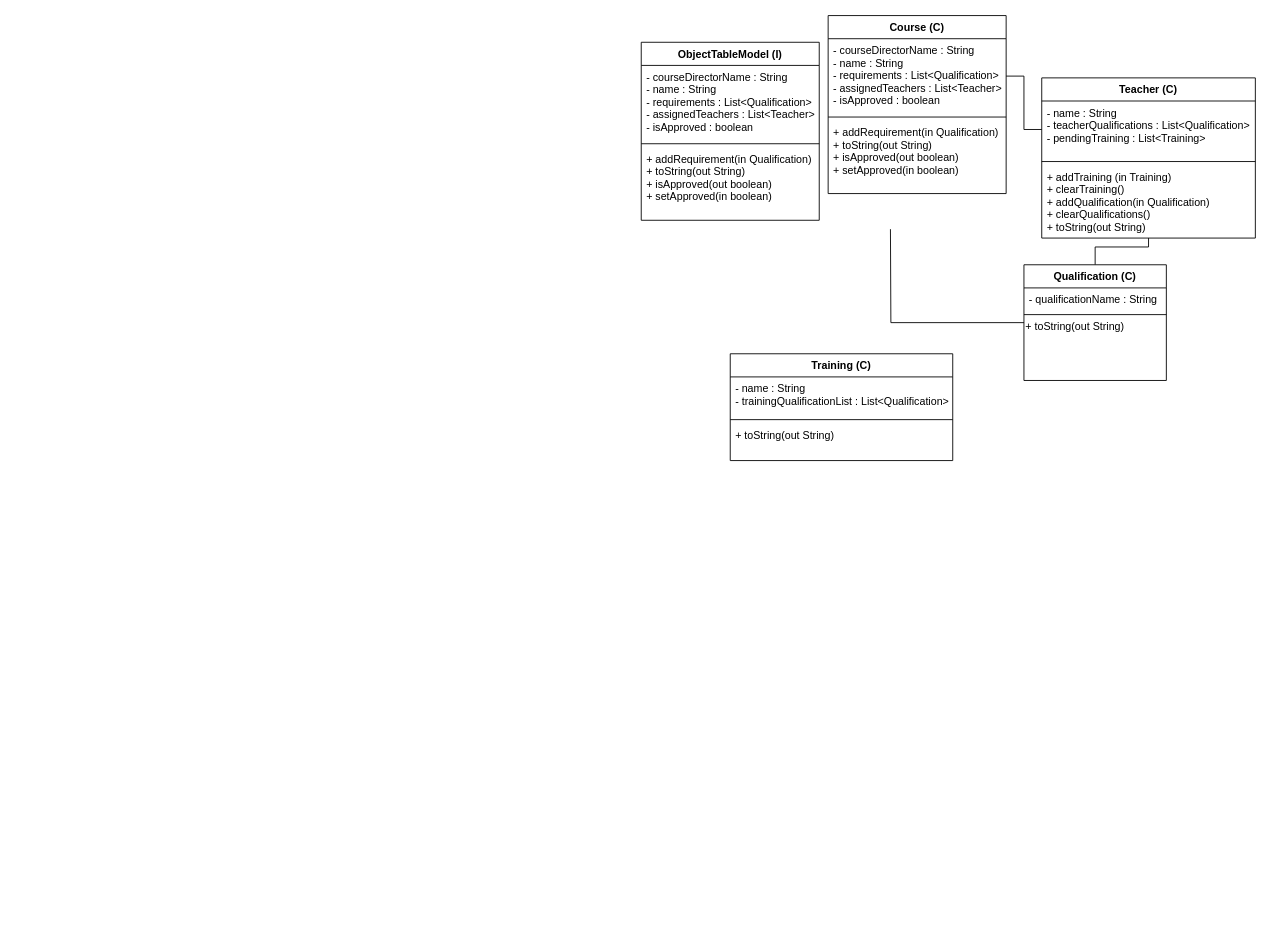
Above: documentation/CoreClassesUML.drawio in big-dill/se-group-project (draw.io), before the change. Source tidied: cells renumbered, new cells numbered last; positions are measured from the earlier drawing's top-left corner, leaving out a move shared by most shapes. Both pictures are drawn from the tidied source at 89%, with x=0, y=0 at pixel (641, 15).
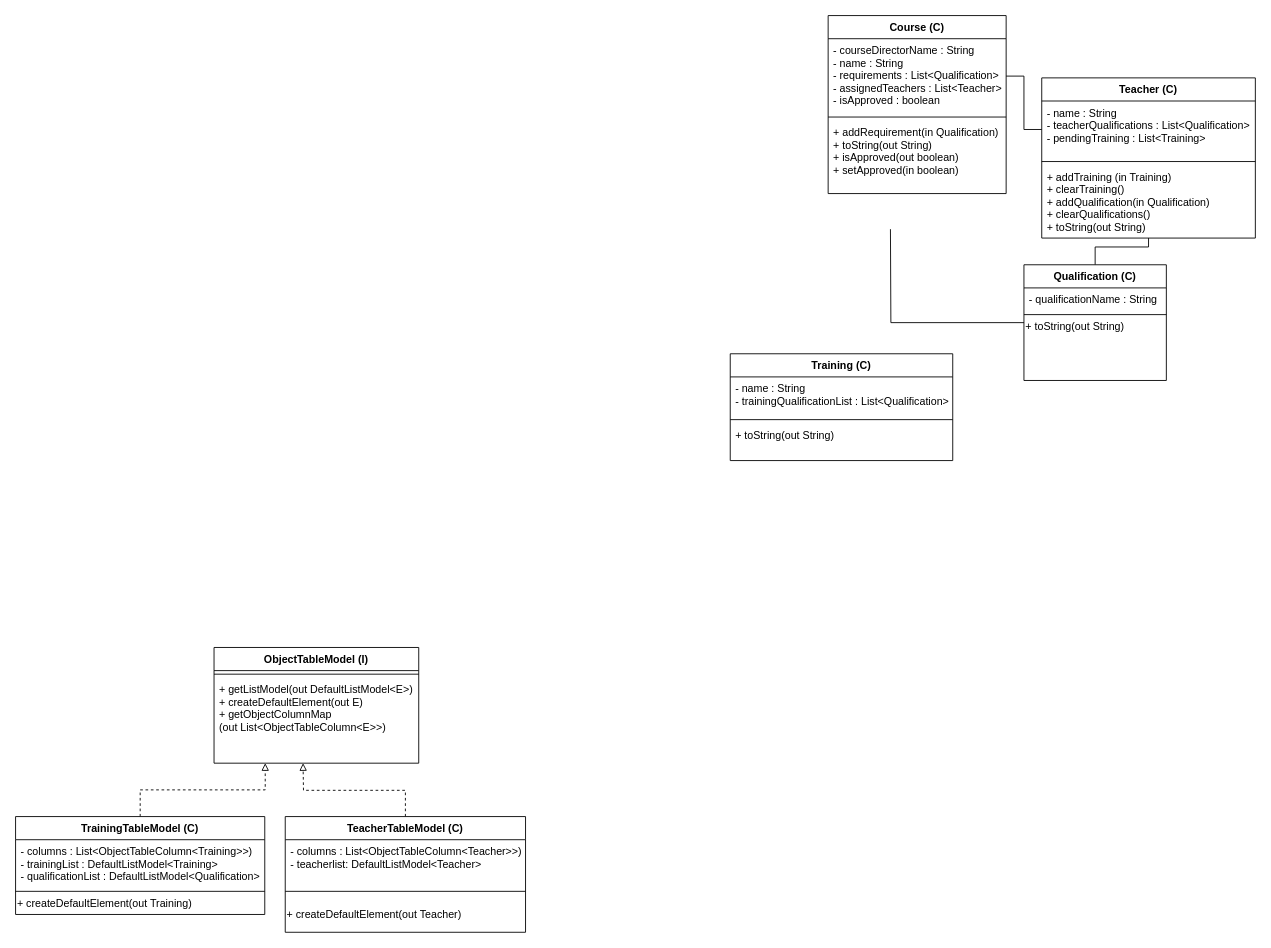
The same diagram, later.

Change to the diagram source:
```diff
@@
     <mxCell id="21" value="ObjectTableModel (I)" style="swimlane;fontStyle=1;align=center;verticalAlign=top;horizontal=1;startSize=26;rounded=0;shadow=0;strokeWidth=1;" parent="1" vertex="1">
-      <mxGeometry y="30" width="200" height="200" as="geometry" />
+      <mxGeometry x="-480" y="710" width="230" height="130" as="geometry" />
     </mxCell>
+    <mxCell id="23" style="line;html=1;strokeWidth=1;align=left;verticalAlign=middle;spacingTop=-1;spacingLeft=3;spacingRight=3;labelPosition=right;" parent="21" vertex="1">
+      <mxGeometry y="26" width="230" height="8" as="geometry" />
+    </mxCell>
-    <mxCell id="22" value="- courseDirectorName : String&#10;- name : String&#10;- requirements : List&lt;Qualification&gt;&#10;- assignedTeachers : List&lt;Teacher&gt;&#10;- isApproved : boolean&#10;" style="text;align=left;verticalAlign=top;spacingLeft=4;spacingRight=4;overflow=hidden;" parent="21" vertex="1">
-      <mxGeometry y="26" width="200" height="84" as="geometry" />
+    <mxCell id="22" value="+ getListModel(out DefaultListModel&lt;E&gt;)&#10;+ createDefaultElement(out E)&#10;+ getObjectColumnMap&#10;(out List&lt;ObjectTableColumn&lt;E&gt;&gt;)" style="text;align=left;verticalAlign=top;spacingLeft=4;spacingRight=4;overflow=hidden;" parent="21" vertex="1">
+      <mxGeometry y="34" width="230" height="84" as="geometry" />
     </mxCell>
-    <mxCell id="23" style="line;html=1;strokeWidth=1;align=left;verticalAlign=middle;spacingTop=-1;spacingLeft=3;spacingRight=3;labelPosition=right;" parent="21" vertex="1">
-      <mxGeometry y="110" width="200" height="8" as="geometry" />
-    </mxCell>
-    <mxCell id="24" value="+ addRequirement(in Qualification)&#10;+ toString(out String)&#10;+ isApproved(out boolean)&#10;+ setApproved(in boolean)&#10;" style="text;align=left;verticalAlign=top;spacingLeft=4;spacingRight=4;overflow=hidden;" parent="21" vertex="1">
-      <mxGeometry y="118" width="200" height="72" as="geometry" />
-    </mxCell>
+    <mxCell id="25" style="text;html=1;align=center;verticalAlign=middle;" parent="1" vertex="1">
+      <mxGeometry x="31" y="190" width="20" height="20" as="geometry" />
+    </mxCell>
+    <mxCell id="26" style="text;html=1;align=center;verticalAlign=middle;" parent="1" vertex="1">
+      <mxGeometry x="8" y="178" width="20" height="20" as="geometry" />
+    </mxCell>
+    <mxCell id="27" style="edgeStyle=orthogonalEdgeStyle;rounded=0;jettySize=auto;html=1;entryX=0.25;entryY=1;entryDx=0;entryDy=0;dashed=1;endArrow=block;endFill=0;" parent="1" edge="1" source="28" target="21">
+      <mxGeometry relative="1" as="geometry" />
+    </mxCell>
+    <mxCell id="28" value="TrainingTableModel (C)" style="swimlane;fontStyle=1;align=center;verticalAlign=top;horizontal=1;startSize=26;rounded=0;shadow=0;strokeWidth=1;" parent="1" vertex="1">
+      <mxGeometry x="-703" y="900" width="280" height="110" as="geometry" />
+    </mxCell>
+    <mxCell id="29" value="- columns : List&lt;ObjectTableColumn&lt;Training&gt;&gt;)&#10;- trainingList : DefaultListModel&lt;Training&gt;&#10;- qualificationList : DefaultListModel&lt;Qualification&gt;" style="text;align=left;verticalAlign=top;spacingLeft=4;spacingRight=4;overflow=hidden;" parent="28" vertex="1">
+      <mxGeometry y="26" width="280" height="54" as="geometry" />
+    </mxCell>
+    <mxCell id="30" style="line;html=1;strokeWidth=1;align=left;verticalAlign=middle;spacingTop=-1;spacingLeft=3;spacingRight=3;labelPosition=right;" parent="28" vertex="1">
+      <mxGeometry y="80" width="280" height="8" as="geometry" />
+    </mxCell>
+    <mxCell id="31" value="+ createDefaultElement(out Training)" style="text;html=1;align=left;verticalAlign=middle;" parent="28" vertex="1">
+      <mxGeometry y="88" width="280" height="20" as="geometry" />
+    </mxCell>
+    <mxCell id="32" style="edgeStyle=orthogonalEdgeStyle;rounded=0;jettySize=auto;html=1;dashed=1;endArrow=block;endFill=0;" parent="1" edge="1" source="33">
+      <mxGeometry relative="1" as="geometry">
+        <mxPoint x="-380" y="840" as="targetPoint" />
+      </mxGeometry>
+    </mxCell>
+    <mxCell id="33" value="TeacherTableModel (C)" style="swimlane;fontStyle=1;align=center;verticalAlign=top;horizontal=1;startSize=26;rounded=0;shadow=0;strokeWidth=1;" parent="1" vertex="1">
+      <mxGeometry x="-400" y="900" width="270" height="130" as="geometry" />
+    </mxCell>
+    <mxCell id="34" value="- columns : List&lt;ObjectTableColumn&lt;Teacher&gt;&gt;)&#10;- teacherlist: DefaultListModel&lt;Teacher&gt;&#10;" style="text;align=left;verticalAlign=top;spacingLeft=4;spacingRight=4;overflow=hidden;" parent="33" vertex="1">
+      <mxGeometry y="26" width="270" height="54" as="geometry" />
+    </mxCell>
+    <mxCell id="35" style="line;html=1;strokeWidth=1;align=left;verticalAlign=middle;spacingTop=-1;spacingLeft=3;spacingRight=3;labelPosition=right;" parent="33" vertex="1">
+      <mxGeometry y="80" width="270" height="8" as="geometry" />
+    </mxCell>
+    <mxCell id="36" value="&lt;br&gt;+ createDefaultElement(out Teacher)&lt;br&gt;" style="text;html=1;align=left;verticalAlign=middle;" parent="33" vertex="1">
+      <mxGeometry y="88" width="270" height="30" as="geometry" />
+    </mxCell>
```
